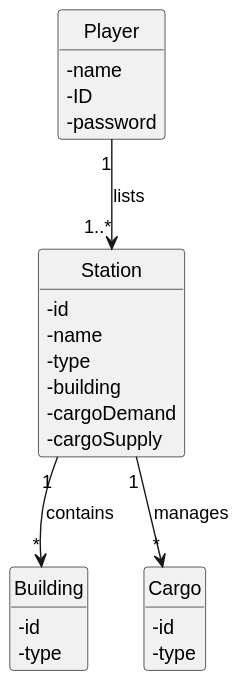
This is docs/sprint2/us007/02.analysis/svg/us007-domain-model.svg from ivasduarte/all-aboard, a PlantUML export, as it was before one commit.
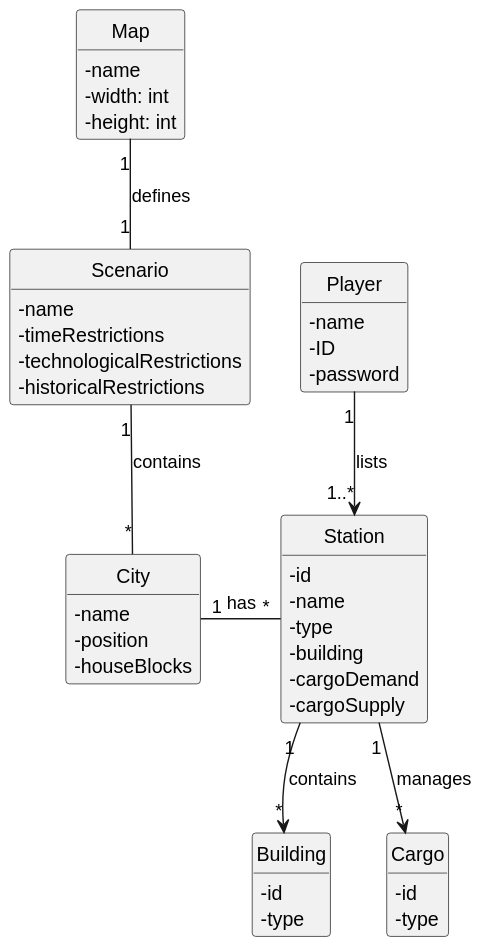
Above is the later version.

Commit message:
US006-US007(docs): temporary domain models

Change to the diagram source:
```diff
@@ -8,6 +8,25 @@
 
 hide circle
 hide methods
+
+class Map {
+    - name
+    - width: int
+    - height: int
+}
+
+class Scenario {
+    - name
+    - timeRestrictions
+    - technologicalRestrictions
+    - historicalRestrictions
+}
+
+class City {
+    - name
+    - position
+    - houseBlocks
+}
 
 class Player {
     - name
@@ -34,6 +53,9 @@
     - type
 }
 
+Map "1" -- "1" Scenario : defines
+Scenario "1" -- "*" City : contains
+City "1" - "*" Station : has
 Player "1" --> "1..*" Station : lists
 Station "1" --> "*" Building : contains
 Station "1" --> "*" Cargo : manages
```
